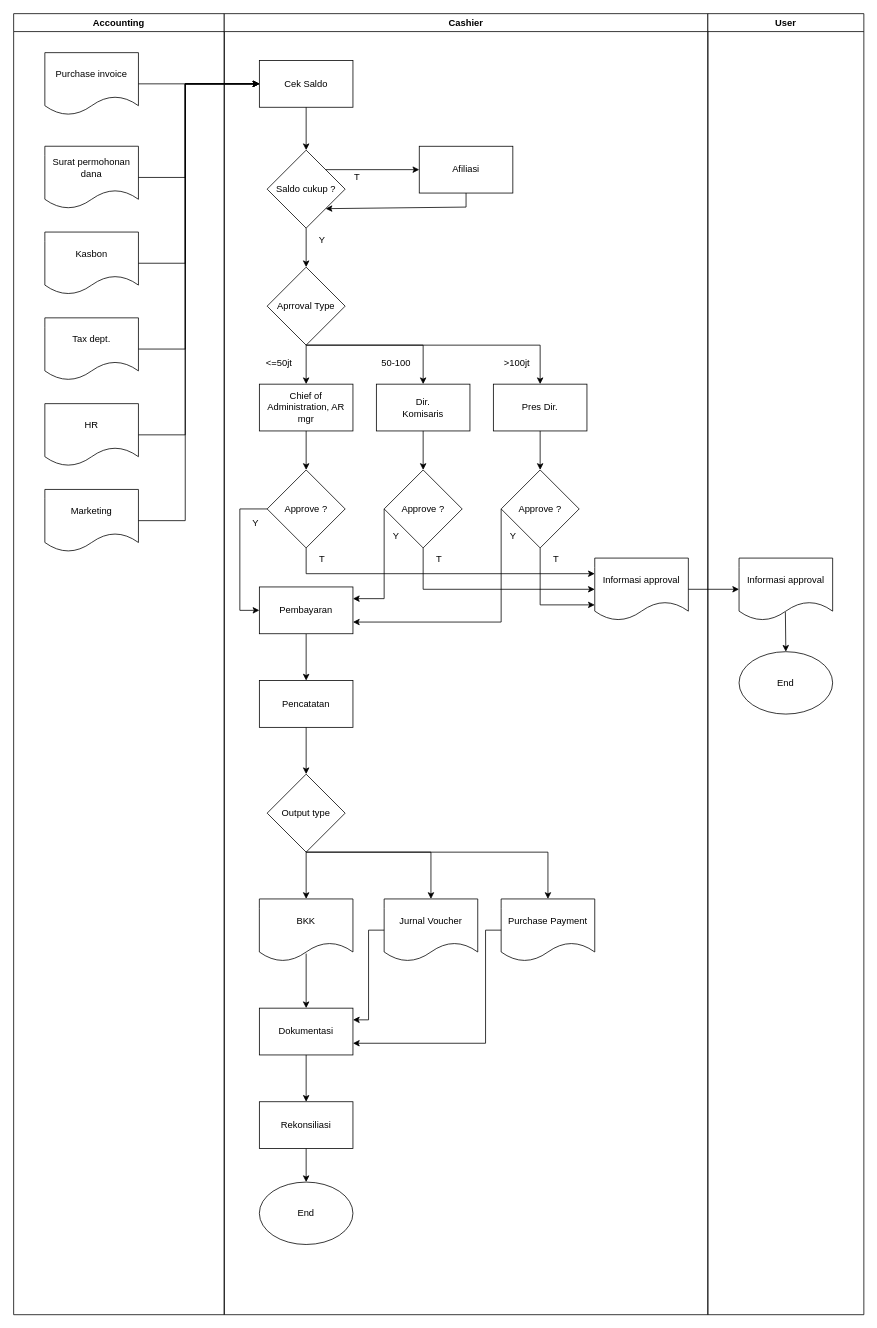
wilhelmus098/pf keeps this draw.io diagram as page "SOP FInance (Pendanaan)" (8 of 46) of SOP Aneka.drawio. Above is the earlier version. Source tidied: cells renumbered, new cells numbered last; positions are measured from the earlier drawing's top-left corner, leaving out a move shared by most shapes. Both pictures are drawn from the tidied source at 78%, with x=0, y=0 at pixel (13, 13).
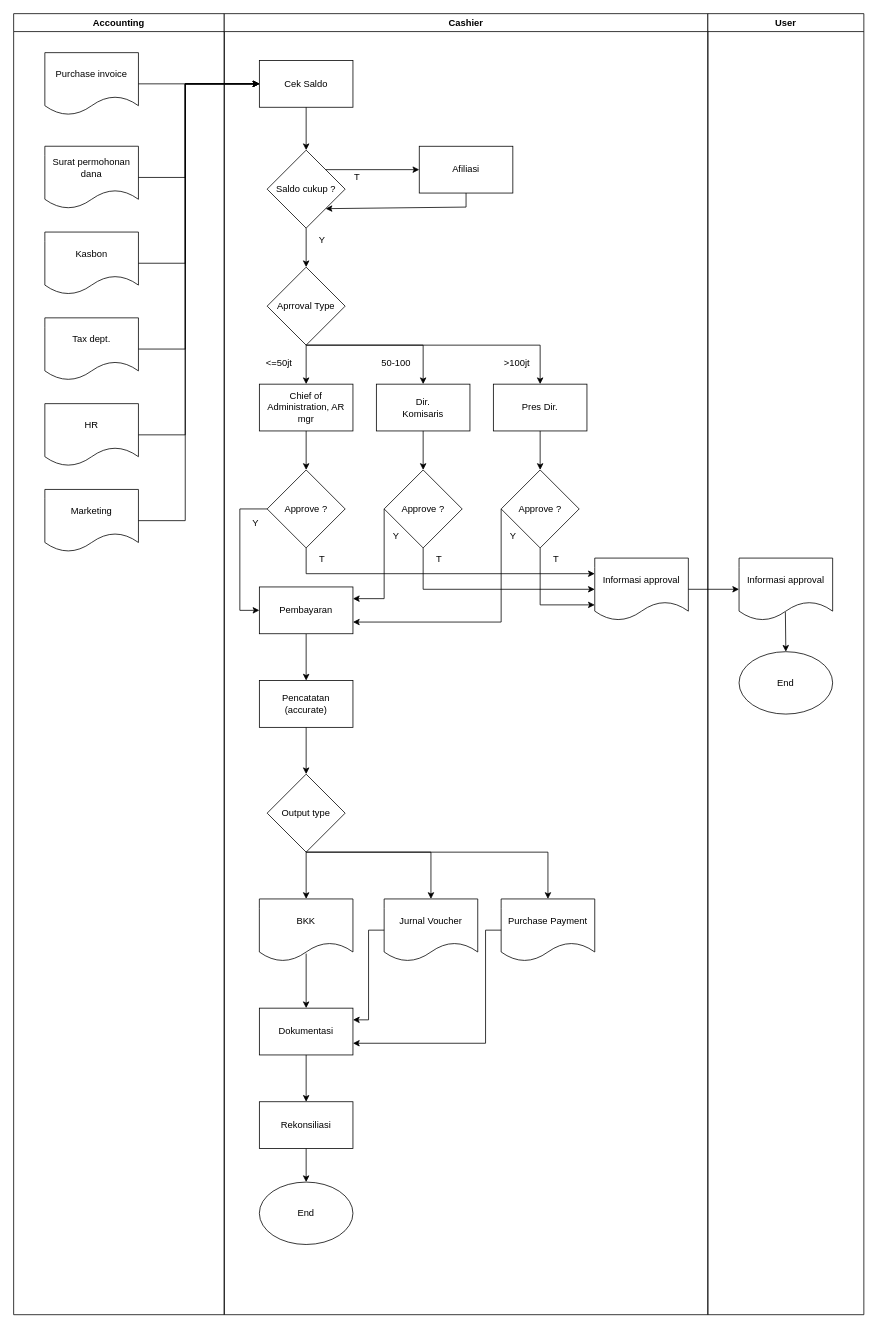
After the change.

Unchanged cells that the change refers to:
```xml
<mxCell id="9" value="Cashier" style="swimlane;whiteSpace=wrap;html=1;startSize=23;" parent="1" vertex="1">
  <mxGeometry x="270" width="620" height="1668" as="geometry" />
</mxCell>
```

Change to the diagram source:
```diff
@@
-    <mxCell id="31" value="Pencatatan" style="whiteSpace=wrap;html=1;rounded=0;" parent="9" vertex="1">
+    <mxCell id="31" value="Pencatatan (accurate)" style="whiteSpace=wrap;html=1;rounded=0;" parent="9" vertex="1">
       <mxGeometry x="45" y="855" width="120" height="60" as="geometry" />
     </mxCell>
```
